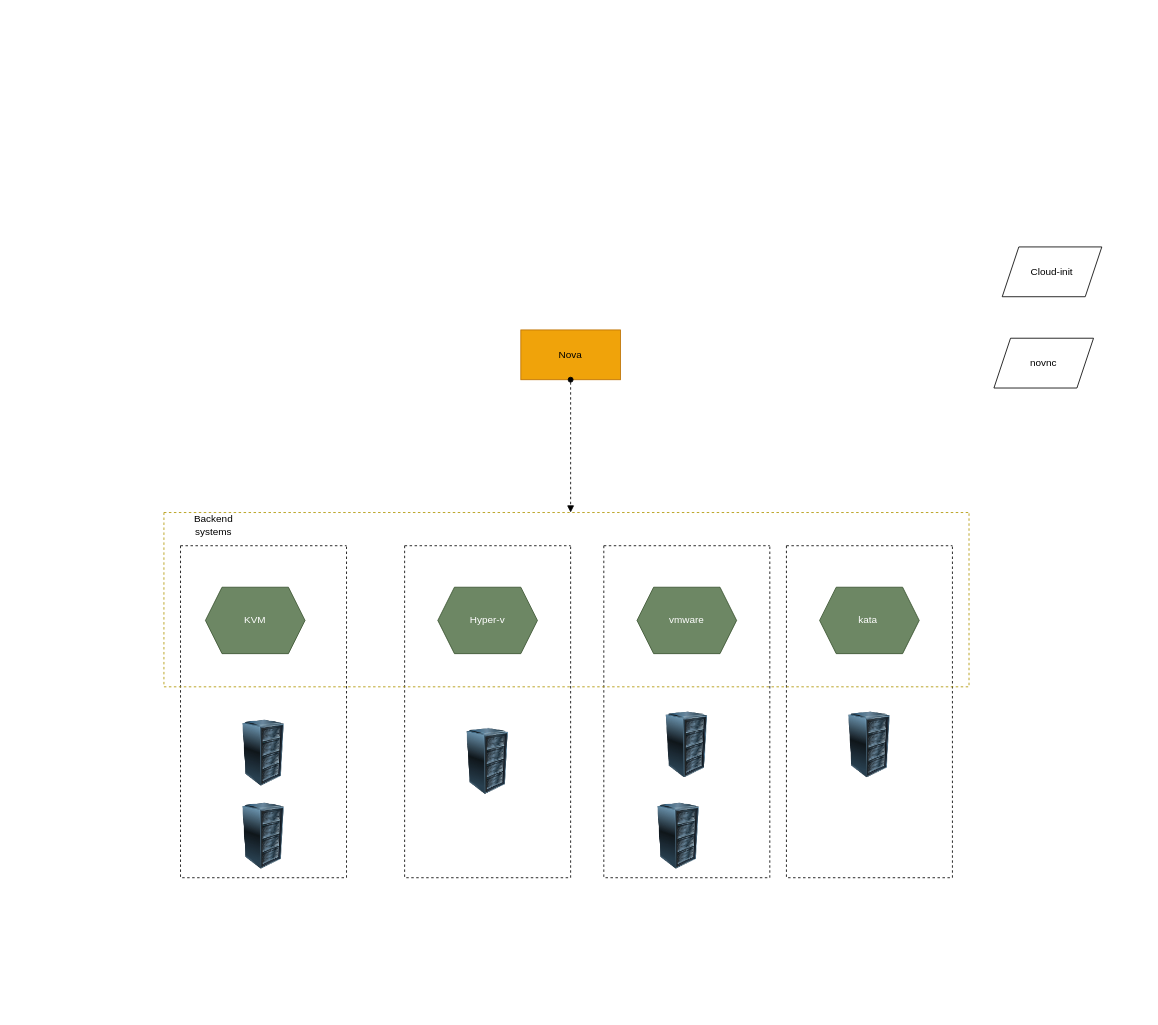
Above: page "nova" (1 of 11) of content/en/docs/cloud/openstack/openstack.drawio in rakesh-core-org/knowledge-base (draw.io), before the change. Source tidied: cells renumbered, new cells numbered last; positions are measured from the earlier drawing's top-left corner, leaving out a move shared by most shapes. Both pictures are drawn from the tidied source at 83%, with x=0, y=0 at pixel (164, 247).
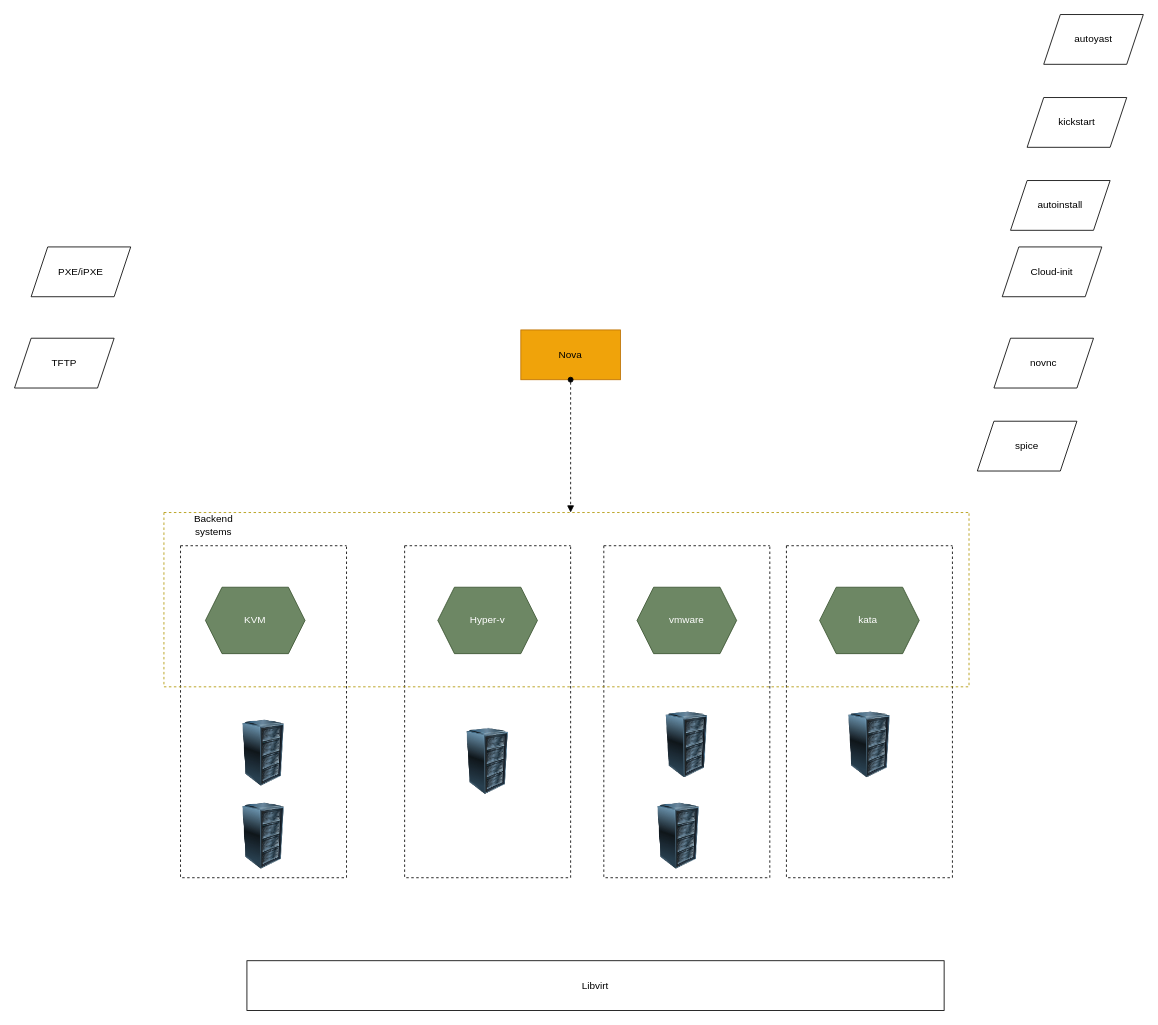
The same page after the edit.

Change to the diagram source:
```diff
@@
+    <mxCell id="22" value="autoinstall" style="shape=parallelogram;perimeter=parallelogramPerimeter;whiteSpace=wrap;html=1;fixedSize=1;" parent="1" vertex="1">
+      <mxGeometry x="1020" y="-80" width="120" height="60" as="geometry" />
+    </mxCell>
+    <mxCell id="23" value="kickstart" style="shape=parallelogram;perimeter=parallelogramPerimeter;whiteSpace=wrap;html=1;fixedSize=1;" parent="1" vertex="1">
+      <mxGeometry x="1040" y="-180" width="120" height="60" as="geometry" />
+    </mxCell>
+    <mxCell id="24" value="autoyast" style="shape=parallelogram;perimeter=parallelogramPerimeter;whiteSpace=wrap;html=1;fixedSize=1;" parent="1" vertex="1">
+      <mxGeometry x="1060" y="-280" width="120" height="60" as="geometry" />
+    </mxCell>
+    <mxCell id="25" value="spice" style="shape=parallelogram;perimeter=parallelogramPerimeter;whiteSpace=wrap;html=1;fixedSize=1;" parent="1" vertex="1">
+      <mxGeometry x="980" y="210" width="120" height="60" as="geometry" />
+    </mxCell>
+    <mxCell id="26" value="TFTP" style="shape=parallelogram;perimeter=parallelogramPerimeter;whiteSpace=wrap;html=1;fixedSize=1;" parent="1" vertex="1">
+      <mxGeometry x="-180" y="110" width="120" height="60" as="geometry" />
+    </mxCell>
+    <mxCell id="27" value="PXE/iPXE" style="shape=parallelogram;perimeter=parallelogramPerimeter;whiteSpace=wrap;html=1;fixedSize=1;" parent="1" vertex="1">
+      <mxGeometry x="-160" width="120" height="60" as="geometry" />
+    </mxCell>
+    <mxCell id="28" value="Libvirt" style="whiteSpace=wrap;html=1;" parent="1" vertex="1">
+      <mxGeometry x="100" y="860" width="840" height="60" as="geometry" />
+    </mxCell>
```
